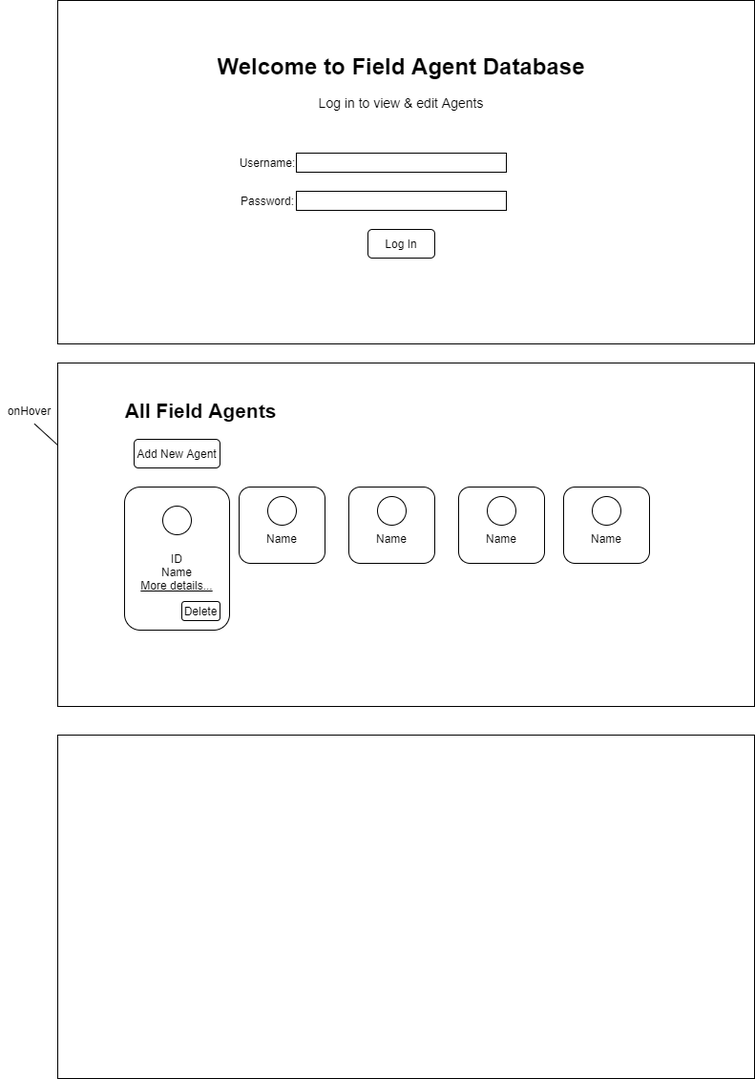
This is FieldAgentReactWireframes.png from mfd713/MadelineFriend-cohort-4, a draw.io export, as it was before one commit. Source tidied: cells renumbered, new cells last; positions are measured from the earlier drawing's top-left corner, leaving out a move shared by most shapes.
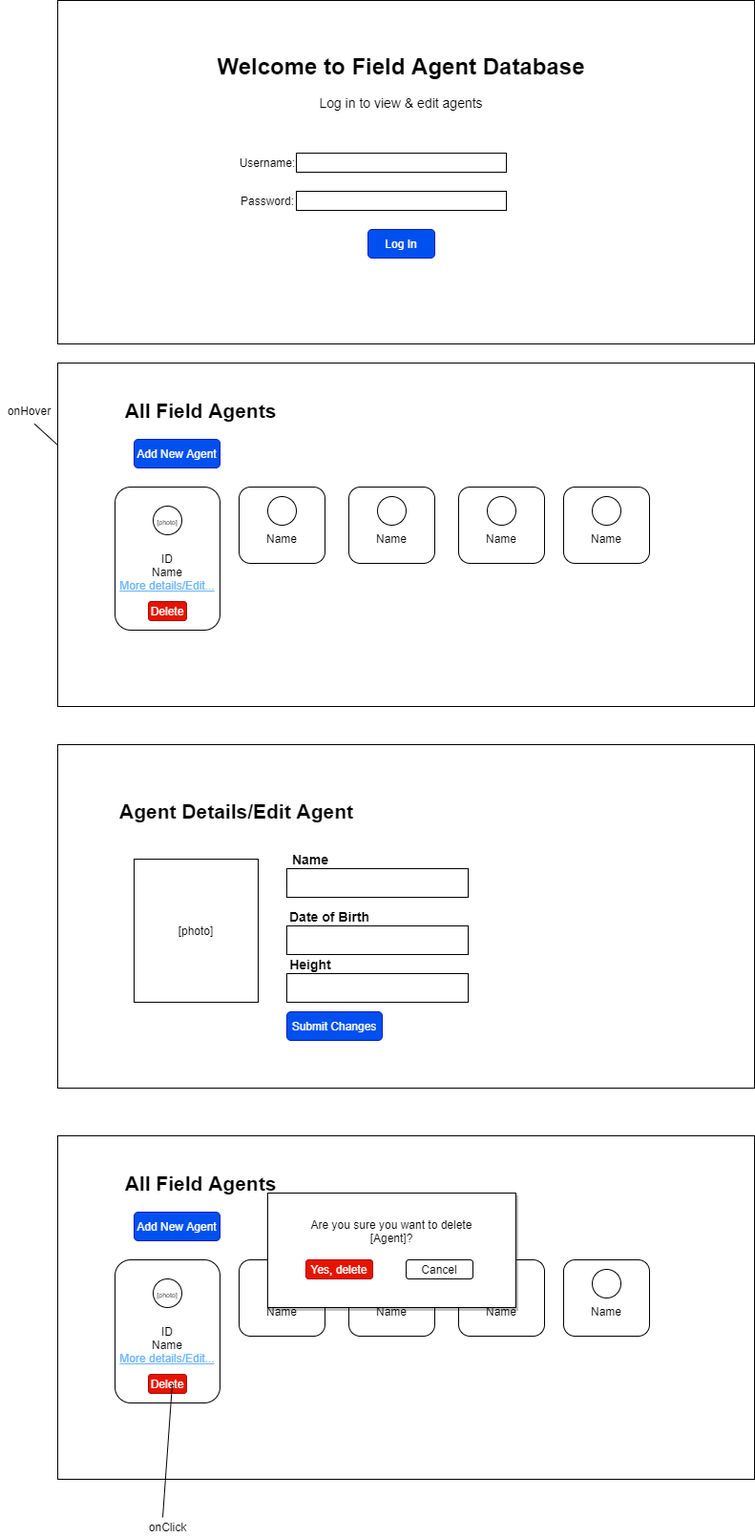
After the change.

The edit, as a diff of the source:
```diff
@@ -8,7 +8,7 @@
     <mxCell id="3" style="rounded=0;whiteSpace=wrap;html=1;" parent="2" vertex="1">
       <mxGeometry width="730" height="360" as="geometry" />
     </mxCell>
-    <mxCell id="4" value="&lt;h1&gt;&lt;span&gt;Welcome to Field Agent Database&lt;/span&gt;&lt;/h1&gt;&lt;h1 style=&quot;font-size: 14px&quot;&gt;&lt;span style=&quot;font-weight: normal&quot;&gt;Log in to view &amp;amp; edit Agents&lt;/span&gt;&lt;/h1&gt;" style="text;html=1;strokeColor=none;fillColor=none;spacing=5;spacingTop=-20;whiteSpace=wrap;overflow=hidden;rounded=0;align=center;" parent="2" vertex="1">
+    <mxCell id="4" value="&lt;h1&gt;&lt;span&gt;Welcome to Field Agent Database&lt;/span&gt;&lt;/h1&gt;&lt;h1 style=&quot;font-size: 14px&quot;&gt;&lt;span style=&quot;font-weight: normal&quot;&gt;Log in to view &amp;amp; edit agents&lt;/span&gt;&lt;/h1&gt;" style="text;html=1;strokeColor=none;fillColor=none;spacing=5;spacingTop=-20;whiteSpace=wrap;overflow=hidden;rounded=0;align=center;" parent="2" vertex="1">
       <mxGeometry x="140" y="50" width="440" height="90" as="geometry" />
     </mxCell>
     <mxCell id="5" value="Username:" style="text;html=1;strokeColor=none;fillColor=none;align=center;verticalAlign=middle;whiteSpace=wrap;rounded=0;" parent="2" vertex="1">
@@ -23,28 +23,70 @@
     <mxCell id="8" style="rounded=0;whiteSpace=wrap;html=1;" parent="2" vertex="1">
       <mxGeometry x="250" y="200" width="220" height="20" as="geometry" />
     </mxCell>
-    <mxCell id="9" value="Log In" style="rounded=1;whiteSpace=wrap;html=1;" parent="2" vertex="1">
+    <mxCell id="9" value="Log In" style="rounded=1;whiteSpace=wrap;html=1;fillColor=#0050ef;strokeColor=#001DBC;fontColor=#ffffff;" parent="2" vertex="1">
       <mxGeometry x="325" y="240" width="70" height="30" as="geometry" />
     </mxCell>
     <mxCell id="10" value="onHover" style="text;html=1;align=center;verticalAlign=middle;points=[];strokeColor=none;" parent="1" vertex="1">
       <mxGeometry y="420" width="60" height="20" as="geometry" />
     </mxCell>
+    <mxCell id="35" style="group;" parent="1" vertex="1">
+      <mxGeometry x="60" y="770" width="730" height="370" as="geometry" />
+    </mxCell>
+    <mxCell id="33" style="group;" parent="35" vertex="1">
+      <mxGeometry width="730" height="370" as="geometry" />
+    </mxCell>
+    <mxCell id="36" style="group;" parent="33" vertex="1">
+      <mxGeometry y="10" width="730" height="360" as="geometry" />
+    </mxCell>
+    <mxCell id="34" style="rounded=0;whiteSpace=wrap;html=1;" parent="36" vertex="1">
+      <mxGeometry width="730" height="360" as="geometry" />
+    </mxCell>
+    <mxCell id="37" value="&lt;span style=&quot;font-size: 21px&quot;&gt;&lt;b&gt;Agent Details/Edit Agent&lt;/b&gt;&lt;/span&gt;" style="text;html=1;strokeColor=none;fillColor=none;align=center;verticalAlign=middle;whiteSpace=wrap;rounded=0;" parent="36" vertex="1">
+      <mxGeometry x="55" y="50" width="265" height="40" as="geometry" />
+    </mxCell>
+    <mxCell id="38" value="[photo]" style="rounded=0;whiteSpace=wrap;html=1;" parent="36" vertex="1">
+      <mxGeometry x="80" y="120" width="130" height="150" as="geometry" />
+    </mxCell>
+    <mxCell id="39" value="&lt;font style=&quot;font-size: 14px&quot;&gt;&lt;b&gt;Date of Birth&lt;/b&gt;&lt;/font&gt;" style="text;html=1;strokeColor=none;fillColor=none;align=center;verticalAlign=middle;whiteSpace=wrap;rounded=0;" parent="36" vertex="1">
+      <mxGeometry x="240" y="170" width="90" height="20" as="geometry" />
+    </mxCell>
+    <mxCell id="40" value="&lt;font style=&quot;font-size: 14px&quot;&gt;&lt;b&gt;Height&lt;/b&gt;&lt;/font&gt;" style="text;html=1;strokeColor=none;fillColor=none;align=center;verticalAlign=middle;whiteSpace=wrap;rounded=0;" parent="36" vertex="1">
+      <mxGeometry x="240" y="220" width="50" height="20" as="geometry" />
+    </mxCell>
+    <mxCell id="41" value="&lt;span style=&quot;color: rgba(0 , 0 , 0 , 0) ; font-family: monospace ; font-size: 0px&quot;&gt;%3CmxGraphModel%3E%3Croot%3E%3CmxCell%20id%3D%220%22%2F%3E%3CmxCell%20id%3D%221%22%20parent%3D%220%22%2F%3E%3CmxCell%20id%3D%222%22%20value%3D%22%22%20style%3D%22rounded%3D0%3BwhiteSpace%3Dwrap%3Bhtml%3D1%3B%22%20vertex%3D%221%22%20parent%3D%221%22%3E%3CmxGeometry%20x%3D%22300%22%20y%3D%22940%22%20width%3D%22190%22%20height%3D%2230%22%20as%3D%22geometry%22%2F%3E%3C%2FmxCell%3E%3C%2Froot%3E%3C%2FmxGraphModel%3E&lt;/span&gt;&lt;span style=&quot;color: rgba(0 , 0 , 0 , 0) ; font-family: monospace ; font-size: 0px&quot;&gt;%3CmxGraphModel%3E%3Croot%3E%3CmxCell%20id%3D%220%22%2F%3E%3CmxCell%20id%3D%221%22%20parent%3D%220%22%2F%3E%3CmxCell%20id%3D%222%22%20value%3D%22%22%20style%3D%22rounded%3D0%3BwhiteSpace%3Dwrap%3Bhtml%3D1%3B%22%20vertex%3D%221%22%20parent%3D%221%22%3E%3CmxGeometry%20x%3D%22300%22%20y%3D%22940%22%20width%3D%22190%22%20height%3D%2230%22%20as%3D%22geometry%22%2F%3E%3C%2FmxCell%3E%3C%2Froot%3E%3C%2FmxGraphModel%3E&lt;/span&gt;" style="rounded=0;whiteSpace=wrap;html=1;" parent="36" vertex="1">
+      <mxGeometry x="240" y="130" width="190" height="30" as="geometry" />
+    </mxCell>
+    <mxCell id="42" value="&lt;span style=&quot;color: rgba(0 , 0 , 0 , 0) ; font-family: monospace ; font-size: 0px&quot;&gt;%3CmxGraphModel%3E%3Croot%3E%3CmxCell%20id%3D%220%22%2F%3E%3CmxCell%20id%3D%221%22%20parent%3D%220%22%2F%3E%3CmxCell%20id%3D%222%22%20value%3D%22%22%20style%3D%22rounded%3D0%3BwhiteSpace%3Dwrap%3Bhtml%3D1%3B%22%20vertex%3D%221%22%20parent%3D%221%22%3E%3CmxGeometry%20x%3D%22300%22%20y%3D%22940%22%20width%3D%22190%22%20height%3D%2230%22%20as%3D%22geometry%22%2F%3E%3C%2FmxCell%3E%3C%2Froot%3E%3C%2FmxGraphModel%3E&lt;/span&gt;&lt;span style=&quot;color: rgba(0 , 0 , 0 , 0) ; font-family: monospace ; font-size: 0px&quot;&gt;%3CmxGraphModel%3E%3Croot%3E%3CmxCell%20id%3D%220%22%2F%3E%3CmxCell%20id%3D%221%22%20parent%3D%220%22%2F%3E%3CmxCell%20id%3D%222%22%20value%3D%22%22%20style%3D%22rounded%3D0%3BwhiteSpace%3Dwrap%3Bhtml%3D1%3B%22%20vertex%3D%221%22%20parent%3D%221%22%3E%3CmxGeometry%20x%3D%22300%22%20y%3D%22940%22%20width%3D%22190%22%20height%3D%2230%22%20as%3D%22geometry%22%2F%3E%3C%2FmxCell%3E%3C%2Froot%3E%3C%2FmxGraphModel%3E&lt;/span&gt;" style="rounded=0;whiteSpace=wrap;html=1;" parent="36" vertex="1">
+      <mxGeometry x="240" y="190" width="190" height="30" as="geometry" />
+    </mxCell>
+    <mxCell id="43" value="&lt;span style=&quot;color: rgba(0 , 0 , 0 , 0) ; font-family: monospace ; font-size: 0px&quot;&gt;%3CmxGraphModel%3E%3Croot%3E%3CmxCell%20id%3D%220%22%2F%3E%3CmxCell%20id%3D%221%22%20parent%3D%220%22%2F%3E%3CmxCell%20id%3D%222%22%20value%3D%22%22%20style%3D%22rounded%3D0%3BwhiteSpace%3Dwrap%3Bhtml%3D1%3B%22%20vertex%3D%221%22%20parent%3D%221%22%3E%3CmxGeometry%20x%3D%22300%22%20y%3D%22940%22%20width%3D%22190%22%20height%3D%2230%22%20as%3D%22geometry%22%2F%3E%3C%2FmxCell%3E%3C%2Froot%3E%3C%2FmxGraphModel%3E&lt;/span&gt;&lt;span style=&quot;color: rgba(0 , 0 , 0 , 0) ; font-family: monospace ; font-size: 0px&quot;&gt;%3CmxGraphModel%3E%3Croot%3E%3CmxCell%20id%3D%220%22%2F%3E%3CmxCell%20id%3D%221%22%20parent%3D%220%22%2F%3E%3CmxCell%20id%3D%222%22%20value%3D%22%22%20style%3D%22rounded%3D0%3BwhiteSpace%3Dwrap%3Bhtml%3D1%3B%22%20vertex%3D%221%22%20parent%3D%221%22%3E%3CmxGeometry%20x%3D%22300%22%20y%3D%22940%22%20width%3D%22190%22%20height%3D%2230%22%20as%3D%22geometry%22%2F%3E%3C%2FmxCell%3E%3C%2Froot%3E%3C%2FmxGraphModel%3E&lt;/span&gt;" style="rounded=0;whiteSpace=wrap;html=1;" parent="36" vertex="1">
+      <mxGeometry x="240" y="240" width="190" height="30" as="geometry" />
+    </mxCell>
+    <mxCell id="44" value="Submit Changes" style="rounded=1;whiteSpace=wrap;html=1;fillColor=#0050ef;strokeColor=#001DBC;fontColor=#ffffff;" parent="36" vertex="1">
+      <mxGeometry x="240" y="280" width="100" height="30" as="geometry" />
+    </mxCell>
+    <mxCell id="45" value="&lt;font style=&quot;font-size: 14px&quot;&gt;&lt;b&gt;Name&lt;/b&gt;&lt;/font&gt;" style="text;html=1;strokeColor=none;fillColor=none;align=center;verticalAlign=middle;whiteSpace=wrap;rounded=0;" parent="35" vertex="1">
+      <mxGeometry x="240" y="120" width="50" height="20" as="geometry" />
+    </mxCell>
+    <mxCell id="12" style="endArrow=none;html=1;exitX=0.593;exitY=1.19;exitDx=0;exitDy=0;exitPerimeter=0;" parent="1" edge="1" source="10">
+      <mxGeometry x="40" y="400" as="geometry">
+        <mxPoint x="130" y="530" as="targetPoint" />
+      </mxGeometry>
+    </mxCell>
+    <mxCell id="46" style="group;" parent="1" vertex="1">
+      <mxGeometry x="60" y="380" width="730" height="360" as="geometry" />
+    </mxCell>
-    <mxCell id="11" value="Edit" style="rounded=1;whiteSpace=wrap;html=1;" parent="1" vertex="1">
-      <mxGeometry x="140" y="630" width="40" height="20" as="geometry" />
+    <mxCell id="11" value="Edit" style="rounded=1;whiteSpace=wrap;html=1;" parent="46" vertex="1">
+      <mxGeometry x="80" y="250" width="40" height="20" as="geometry" />
     </mxCell>
-    <mxCell id="12" style="endArrow=none;html=1;exitX=0.593;exitY=1.19;exitDx=0;exitDy=0;exitPerimeter=0;" parent="1" edge="1" source="10">
-      <mxGeometry x="40" y="400" as="geometry">
-        <mxPoint x="130" y="530" as="targetPoint" />
-      </mxGeometry>
-    </mxCell>
-    <mxCell id="13" style="rounded=0;whiteSpace=wrap;html=1;" parent="1" vertex="1">
-      <mxGeometry x="60" y="380" width="730" height="360" as="geometry" />
+    <mxCell id="13" style="rounded=0;whiteSpace=wrap;html=1;" parent="46" vertex="1">
+      <mxGeometry width="730" height="360" as="geometry" />
     </mxCell>
-    <mxCell id="14" value="&lt;b&gt;&lt;font style=&quot;font-size: 21px&quot;&gt;All Field Agents&lt;/font&gt;&lt;/b&gt;" style="text;html=1;strokeColor=none;fillColor=none;align=center;verticalAlign=middle;whiteSpace=wrap;rounded=0;" parent="1" vertex="1">
-      <mxGeometry x="120" y="410" width="180" height="40" as="geometry" />
+    <mxCell id="14" value="&lt;b&gt;&lt;font style=&quot;font-size: 21px&quot;&gt;All Field Agents&lt;/font&gt;&lt;/b&gt;" style="text;html=1;strokeColor=none;fillColor=none;align=center;verticalAlign=middle;whiteSpace=wrap;rounded=0;" parent="46" vertex="1">
+      <mxGeometry x="60" y="30" width="180" height="40" as="geometry" />
     </mxCell>
-    <mxCell id="15" style="group;" parent="1" vertex="1">
-      <mxGeometry x="590" y="510" width="90" height="80" as="geometry" />
+    <mxCell id="15" style="group;" parent="46" vertex="1">
+      <mxGeometry x="530" y="130" width="90" height="80" as="geometry" />
     </mxCell>
     <mxCell id="16" value="&lt;br&gt;&lt;br&gt;Name" style="rounded=1;whiteSpace=wrap;html=1;" parent="15" vertex="1">
       <mxGeometry width="90" height="80" as="geometry" />
@@ -52,23 +94,23 @@
     <mxCell id="17" style="ellipse;whiteSpace=wrap;html=1;" parent="15" vertex="1">
       <mxGeometry x="30" y="10" width="30" height="30" as="geometry" />
     </mxCell>
-    <mxCell id="18" value="Add New Agent" style="rounded=1;whiteSpace=wrap;html=1;" parent="1" vertex="1">
-      <mxGeometry x="140" y="460" width="90" height="30" as="geometry" />
+    <mxCell id="18" value="Add New Agent" style="rounded=1;whiteSpace=wrap;html=1;fillColor=#0050ef;strokeColor=#001DBC;fontColor=#ffffff;" parent="46" vertex="1">
+      <mxGeometry x="80" y="80" width="90" height="30" as="geometry" />
     </mxCell>
-    <mxCell id="19" style="group;" parent="1" vertex="1">
-      <mxGeometry x="130" y="510" width="110" height="150" as="geometry" />
+    <mxCell id="19" style="group;" parent="46" vertex="1">
+      <mxGeometry x="60" y="130" width="110" height="150" as="geometry" />
     </mxCell>
-    <mxCell id="20" value="&lt;br&gt;&lt;br&gt;ID&lt;br&gt;Name&lt;br&gt;&lt;u&gt;More details...&lt;/u&gt;" style="rounded=1;whiteSpace=wrap;html=1;" parent="19" vertex="1">
+    <mxCell id="20" value="&lt;br&gt;&lt;br&gt;ID&lt;br&gt;Name&lt;br&gt;&lt;u&gt;&lt;font color=&quot;#66b2ff&quot;&gt;More details/Edit...&lt;/font&gt;&lt;/u&gt;" style="rounded=1;whiteSpace=wrap;html=1;" parent="19" vertex="1">
       <mxGeometry width="110" height="150" as="geometry" />
     </mxCell>
-    <mxCell id="21" style="ellipse;whiteSpace=wrap;html=1;" parent="19" vertex="1">
+    <mxCell id="21" value="&lt;font style=&quot;font-size: 7px&quot;&gt;[&lt;font style=&quot;font-size: 7px&quot;&gt;photo&lt;/font&gt;]&lt;/font&gt;" style="ellipse;whiteSpace=wrap;html=1;" parent="19" vertex="1">
       <mxGeometry x="40" y="20" width="30" height="30" as="geometry" />
     </mxCell>
-    <mxCell id="22" value="Delete" style="rounded=1;whiteSpace=wrap;html=1;" parent="19" vertex="1">
-      <mxGeometry x="60" y="120" width="40" height="20" as="geometry" />
+    <mxCell id="22" value="Delete" style="rounded=1;whiteSpace=wrap;html=1;fillColor=#e51400;strokeColor=#B20000;fontColor=#ffffff;" parent="19" vertex="1">
+      <mxGeometry x="35" y="120" width="40" height="20" as="geometry" />
     </mxCell>
-    <mxCell id="23" style="group;" parent="1" vertex="1">
-      <mxGeometry x="250" y="510" width="90" height="80" as="geometry" />
+    <mxCell id="23" style="group;" parent="46" vertex="1">
+      <mxGeometry x="190" y="130" width="90" height="80" as="geometry" />
     </mxCell>
     <mxCell id="24" value="&lt;br&gt;&lt;br&gt;Name" style="rounded=1;whiteSpace=wrap;html=1;" parent="23" vertex="1">
       <mxGeometry width="90" height="80" as="geometry" />
@@ -76,8 +118,8 @@
     <mxCell id="25" style="ellipse;whiteSpace=wrap;html=1;" parent="23" vertex="1">
       <mxGeometry x="30" y="10" width="30" height="30" as="geometry" />
     </mxCell>
-    <mxCell id="26" style="group;" parent="1" vertex="1">
-      <mxGeometry x="480" y="510" width="90" height="80" as="geometry" />
+    <mxCell id="26" style="group;" parent="46" vertex="1">
+      <mxGeometry x="420" y="130" width="90" height="80" as="geometry" />
     </mxCell>
     <mxCell id="27" value="&lt;br&gt;&lt;br&gt;Name" style="rounded=1;whiteSpace=wrap;html=1;" parent="26" vertex="1">
       <mxGeometry width="90" height="80" as="geometry" />
@@ -85,8 +127,8 @@
     <mxCell id="28" style="ellipse;whiteSpace=wrap;html=1;" parent="26" vertex="1">
       <mxGeometry x="30" y="10" width="30" height="30" as="geometry" />
     </mxCell>
-    <mxCell id="29" style="group;" parent="1" vertex="1">
-      <mxGeometry x="365" y="510" width="90" height="80" as="geometry" />
+    <mxCell id="29" style="group;" parent="46" vertex="1">
+      <mxGeometry x="305" y="130" width="90" height="80" as="geometry" />
     </mxCell>
     <mxCell id="30" value="&lt;br&gt;&lt;br&gt;Name" style="rounded=1;whiteSpace=wrap;html=1;" parent="29" vertex="1">
       <mxGeometry width="90" height="80" as="geometry" />
@@ -97,11 +139,92 @@
     <mxCell id="32" style="edgeStyle=orthogonalEdgeStyle;rounded=0;orthogonalLoop=1;jettySize=auto;html=1;exitX=0.5;exitY=1;exitDx=0;exitDy=0;" parent="29" edge="1" source="31" target="31">
       <mxGeometry relative="1" as="geometry" />
     </mxCell>
-    <mxCell id="33" style="group;" parent="1" vertex="1">
-      <mxGeometry x="60" y="760" width="730" height="360" as="geometry" />
-    </mxCell>
-    <mxCell id="34" style="rounded=0;whiteSpace=wrap;html=1;" parent="33" vertex="1">
-      <mxGeometry y="10" width="730" height="360" as="geometry" />
-    </mxCell>
+    <mxCell id="47" style="group;strokeColor=#36393d;fillColor=#DEDEDE;glass=0;sketch=0;" parent="1" vertex="1">
+      <mxGeometry x="60" y="1190" width="730" height="360" as="geometry" />
+    </mxCell>
+    <mxCell id="48" value="Edit" style="rounded=1;whiteSpace=wrap;html=1;" parent="47" vertex="1">
+      <mxGeometry x="80" y="250" width="40" height="20" as="geometry" />
+    </mxCell>
+    <mxCell id="49" style="rounded=0;whiteSpace=wrap;html=1;shadow=0;" parent="47" vertex="1">
+      <mxGeometry width="730" height="360" as="geometry" />
+    </mxCell>
+    <mxCell id="50" value="&lt;b&gt;&lt;font style=&quot;font-size: 21px&quot;&gt;All Field Agents&lt;/font&gt;&lt;/b&gt;" style="text;html=1;strokeColor=none;fillColor=none;align=center;verticalAlign=middle;whiteSpace=wrap;rounded=0;" parent="47" vertex="1">
+      <mxGeometry x="60" y="30" width="180" height="40" as="geometry" />
+    </mxCell>
+    <mxCell id="51" style="group;" parent="47" vertex="1">
+      <mxGeometry x="530" y="130" width="90" height="80" as="geometry" />
+    </mxCell>
+    <mxCell id="52" value="&lt;br&gt;&lt;br&gt;Name" style="rounded=1;whiteSpace=wrap;html=1;" parent="51" vertex="1">
+      <mxGeometry width="90" height="80" as="geometry" />
+    </mxCell>
+    <mxCell id="53" style="ellipse;whiteSpace=wrap;html=1;" parent="51" vertex="1">
+      <mxGeometry x="30" y="10" width="30" height="30" as="geometry" />
+    </mxCell>
+    <mxCell id="54" value="Add New Agent" style="rounded=1;whiteSpace=wrap;html=1;fillColor=#0050ef;strokeColor=#001DBC;fontColor=#ffffff;" parent="47" vertex="1">
+      <mxGeometry x="80" y="80" width="90" height="30" as="geometry" />
+    </mxCell>
+    <mxCell id="55" style="group;" parent="47" vertex="1">
+      <mxGeometry x="60" y="130" width="110" height="150" as="geometry" />
+    </mxCell>
+    <mxCell id="56" value="&lt;br&gt;&lt;br&gt;ID&lt;br&gt;Name&lt;br&gt;&lt;u&gt;&lt;font color=&quot;#66b2ff&quot;&gt;More details/Edit...&lt;/font&gt;&lt;/u&gt;" style="rounded=1;whiteSpace=wrap;html=1;" parent="55" vertex="1">
+      <mxGeometry width="110" height="150" as="geometry" />
+    </mxCell>
+    <mxCell id="57" value="Delete" style="rounded=1;whiteSpace=wrap;html=1;fillColor=#e51400;strokeColor=#B20000;fontColor=#ffffff;" parent="55" vertex="1">
+      <mxGeometry x="35" y="120" width="40" height="20" as="geometry" />
+    </mxCell>
+    <mxCell id="58" value="&lt;font style=&quot;font-size: 7px&quot;&gt;[&lt;font style=&quot;font-size: 7px&quot;&gt;photo&lt;/font&gt;]&lt;/font&gt;" style="ellipse;whiteSpace=wrap;html=1;" parent="55" vertex="1">
+      <mxGeometry x="40" y="20" width="30" height="30" as="geometry" />
+    </mxCell>
+    <mxCell id="59" style="group;" parent="47" vertex="1">
+      <mxGeometry x="190" y="130" width="90" height="80" as="geometry" />
+    </mxCell>
+    <mxCell id="60" value="&lt;br&gt;&lt;br&gt;Name" style="rounded=1;whiteSpace=wrap;html=1;" parent="59" vertex="1">
+      <mxGeometry width="90" height="80" as="geometry" />
+    </mxCell>
+    <mxCell id="61" style="ellipse;whiteSpace=wrap;html=1;" parent="59" vertex="1">
+      <mxGeometry x="30" y="10" width="30" height="30" as="geometry" />
+    </mxCell>
+    <mxCell id="62" style="group;" parent="47" vertex="1">
+      <mxGeometry x="420" y="130" width="90" height="80" as="geometry" />
+    </mxCell>
+    <mxCell id="63" value="&lt;br&gt;&lt;br&gt;Name" style="rounded=1;whiteSpace=wrap;html=1;" parent="62" vertex="1">
+      <mxGeometry width="90" height="80" as="geometry" />
+    </mxCell>
+    <mxCell id="64" style="ellipse;whiteSpace=wrap;html=1;" parent="62" vertex="1">
+      <mxGeometry x="30" y="10" width="30" height="30" as="geometry" />
+    </mxCell>
+    <mxCell id="65" style="group;" parent="47" vertex="1">
+      <mxGeometry x="305" y="130" width="175" height="80" as="geometry" />
+    </mxCell>
+    <mxCell id="66" value="&lt;br&gt;&lt;br&gt;Name" style="rounded=1;whiteSpace=wrap;html=1;" parent="65" vertex="1">
+      <mxGeometry width="90" height="80" as="geometry" />
+    </mxCell>
+    <mxCell id="67" style="ellipse;whiteSpace=wrap;html=1;" parent="65" vertex="1">
+      <mxGeometry x="30" y="10" width="30" height="30" as="geometry" />
+    </mxCell>
+    <mxCell id="68" style="edgeStyle=orthogonalEdgeStyle;rounded=0;orthogonalLoop=1;jettySize=auto;html=1;exitX=0.5;exitY=1;exitDx=0;exitDy=0;" parent="65" edge="1" source="67" target="67">
+      <mxGeometry relative="1" as="geometry" />
+    </mxCell>
+    <mxCell id="69" style="whiteSpace=wrap;html=1;shadow=1;" parent="65" vertex="1">
+      <mxGeometry x="-85" y="-70" width="260" height="120" as="geometry" />
+    </mxCell>
+    <mxCell id="70" value="Yes, delete" style="rounded=1;whiteSpace=wrap;html=1;fillColor=#e51400;strokeColor=#B20000;fontColor=#ffffff;" parent="47" vertex="1">
+      <mxGeometry x="260" y="130" width="70" height="20" as="geometry" />
+    </mxCell>
+    <mxCell id="71" style="endArrow=none;html=1;" parent="1" edge="1">
+      <mxGeometry relative="1" as="geometry">
+        <mxPoint x="170" y="1590" as="sourcePoint" />
+        <mxPoint x="180" y="1450" as="targetPoint" />
+      </mxGeometry>
+    </mxCell>
+    <mxCell id="72" value="onClick" style="text;html=1;align=center;verticalAlign=middle;strokeColor=none;" parent="1" vertex="1">
+      <mxGeometry x="150" y="1590" width="50" height="20" as="geometry" />
+    </mxCell>
+    <mxCell id="73" value="Cancel" style="rounded=1;whiteSpace=wrap;html=1;" parent="1" vertex="1">
+      <mxGeometry x="425" y="1320" width="70" height="20" as="geometry" />
+    </mxCell>
+    <mxCell id="74" value="Are you sure you want to delete [Agent]?" style="text;html=1;strokeColor=none;fillColor=none;align=center;verticalAlign=middle;whiteSpace=wrap;rounded=0;" parent="1" vertex="1">
+      <mxGeometry x="320" y="1270" width="180" height="40" as="geometry" />
+    </mxCell>
   </root>
 </mxGraphModel>
```
